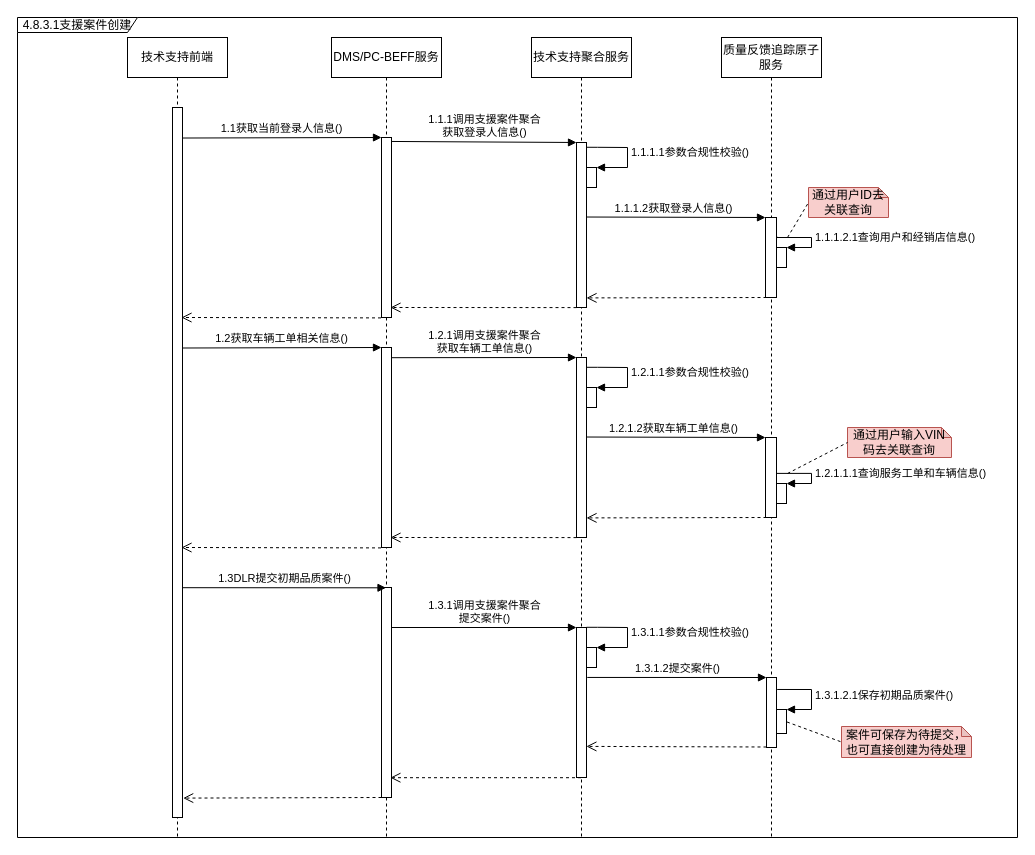
Above: page "大小部屋行为设计" (10 of 11) of images/支援案件时序图.drawio in 1132489442/designer (draw.io), before the change. Source tidied: cells renumbered, new cells numbered last; positions are measured from the earlier drawing's top-left corner, leaving out a move shared by most shapes. Both pictures are drawn from the tidied source at 100%, with x=0, y=0 at pixel (17, 17).
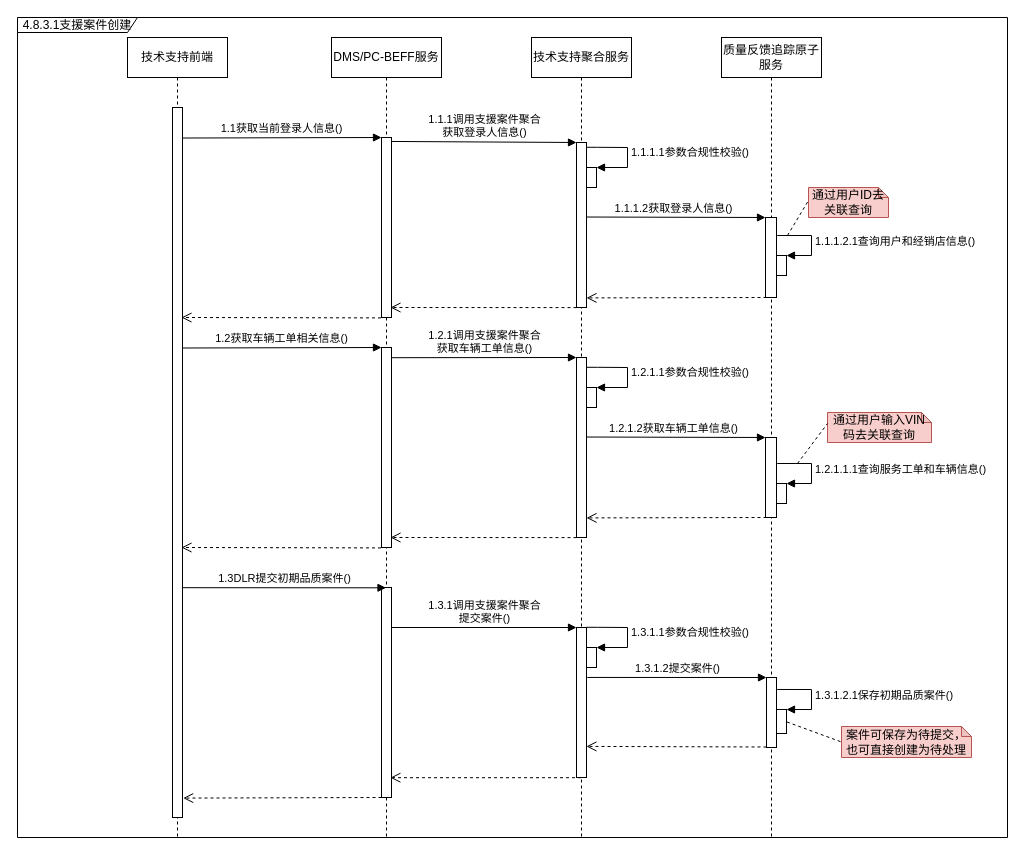
The same page after the edit.

The change refers to these unchanged cells:
```xml
<mxCell id="2" value="质量反馈追踪原子服务" style="shape=umlLifeline;perimeter=lifelinePerimeter;whiteSpace=wrap;html=1;" parent="1" vertex="1">
  <mxGeometry x="704" y="20" width="100" height="800" as="geometry" />
</mxCell>
<mxCell id="33" style="html=1;points=[];perimeter=orthogonalPerimeter;" parent="1" vertex="1">
  <mxGeometry x="759" y="466" width="10" height="20" as="geometry" />
</mxCell>
<mxCell id="44" value="通过用户ID去关联查询" style="shape=note;whiteSpace=wrap;html=1;backgroundOutline=1;darkOpacity=0.05;size=10;fillColor=#f8cecc;strokeColor=#b85450;" parent="1" vertex="1">
  <mxGeometry x="791" y="170" width="80" height="30" as="geometry" />
</mxCell>
```

Change to the diagram source:
```diff
@@
     <mxCell id="8" style="html=1;points=[];perimeter=orthogonalPerimeter;" parent="2" vertex="1">
-      <mxGeometry x="55" y="210" width="10" height="20" as="geometry" />
+      <mxGeometry x="55" y="218" width="10" height="20" as="geometry" />
     </mxCell>
-    <mxCell id="9" value="1.1.1.2.1查询用户和经销店信息()" style="edgeStyle=orthogonalEdgeStyle;html=1;align=left;spacingLeft=2;endArrow=block;rounded=0;entryX=1;entryY=0;exitX=1.021;exitY=0.029;exitDx=0;exitDy=0;exitPerimeter=0;" parent="2" edge="1" target="8">
-      <mxGeometry relative="1" as="geometry">
-        <mxPoint x="55.2" y="198.7" as="sourcePoint" />
-        <Array as="points">
-          <mxPoint x="90" y="200" />
-          <mxPoint x="90" y="210" />
-        </Array>
-      </mxGeometry>
-    </mxCell>
@@
-    <mxCell id="34" value="1.2.1.1.1查询服务工单和车辆信息()" style="edgeStyle=orthogonalEdgeStyle;html=1;align=left;spacingLeft=2;endArrow=block;rounded=0;entryX=1;entryY=0;exitX=1.021;exitY=0.029;exitDx=0;exitDy=0;exitPerimeter=0;" parent="1" edge="1" target="33">
-      <mxGeometry relative="1" as="geometry">
-        <mxPoint x="759.2" y="455.9" as="sourcePoint" />
-        <Array as="points">
-          <mxPoint x="794" y="456" />
-          <mxPoint x="794" y="466" />
-        </Array>
-      </mxGeometry>
-    </mxCell>
@@
-    <mxCell id="45" style="endArrow=none;dashed=1;html=1;rounded=0;entryX=0;entryY=0.5;entryDx=0;entryDy=0;entryPerimeter=0;" parent="1" edge="1" target="44">
+    <mxCell id="45" style="endArrow=none;dashed=1;html=1;rounded=0;entryX=0;entryY=0.5;entryDx=0;entryDy=0;entryPerimeter=0;" parent="1" edge="1">
       <mxGeometry relative="1" as="geometry">
-        <mxPoint x="770" y="220" as="sourcePoint" />
+        <mxPoint x="770" y="218" as="sourcePoint" />
+        <mxPoint x="791" y="183" as="targetPoint" />
       </mxGeometry>
     </mxCell>
     <mxCell id="46" value="通过用户输入VIN码去关联查询" style="shape=note;whiteSpace=wrap;html=1;backgroundOutline=1;darkOpacity=0.05;size=10;fillColor=#f8cecc;strokeColor=#b85450;" parent="1" vertex="1">
-      <mxGeometry x="830" y="410" width="104" height="30" as="geometry" />
+      <mxGeometry x="810" y="395" width="104" height="30" as="geometry" />
     </mxCell>
-    <mxCell id="47" style="endArrow=none;dashed=1;html=1;rounded=0;entryX=0;entryY=0.5;entryDx=0;entryDy=0;entryPerimeter=0;" parent="1" edge="1" target="46">
+    <mxCell id="47" style="endArrow=none;dashed=1;html=1;rounded=0;entryX=0;entryY=0.5;entryDx=0;entryDy=0;entryPerimeter=0;" parent="1" edge="1">
       <mxGeometry relative="1" as="geometry">
-        <mxPoint x="770" y="456" as="sourcePoint" />
+        <mxPoint x="780" y="446" as="sourcePoint" />
+        <mxPoint x="810" y="406" as="targetPoint" />
       </mxGeometry>
     </mxCell>
@@
     <mxCell id="52" value="4.8.3.1支援案件创建" style="shape=umlFrame;whiteSpace=wrap;html=1;width=120;height=15;" parent="1" vertex="1">
-      <mxGeometry width="1000" height="820" as="geometry" />
+      <mxGeometry width="990" height="820" as="geometry" />
     </mxCell>
+    <mxCell id="9" value="1.1.1.2.1查询用户和经销店信息()" style="edgeStyle=orthogonalEdgeStyle;html=1;align=left;spacingLeft=2;endArrow=block;rounded=0;entryX=1;entryY=0;exitX=1.069;exitY=0.171;exitDx=0;exitDy=0;exitPerimeter=0;" parent="1" edge="1">
+      <mxGeometry relative="1" as="geometry">
+        <mxPoint x="759.7" y="218" as="sourcePoint" />
+        <mxPoint x="769" y="238" as="targetPoint" />
+        <Array as="points">
+          <mxPoint x="794" y="218" />
+          <mxPoint x="794" y="238" />
+        </Array>
+      </mxGeometry>
+    </mxCell>
+    <mxCell id="34" value="1.2.1.1.1查询服务工单和车辆信息()" style="edgeStyle=orthogonalEdgeStyle;html=1;align=left;spacingLeft=2;endArrow=block;rounded=0;entryX=1;entryY=0;exitX=1.069;exitY=0.171;exitDx=0;exitDy=0;exitPerimeter=0;" parent="1" edge="1">
+      <mxGeometry relative="1" as="geometry">
+        <mxPoint x="759.7" y="446" as="sourcePoint" />
+        <mxPoint x="769" y="466" as="targetPoint" />
+        <Array as="points">
+          <mxPoint x="794" y="446" />
+          <mxPoint x="794" y="466" />
+        </Array>
+      </mxGeometry>
+    </mxCell>
```
